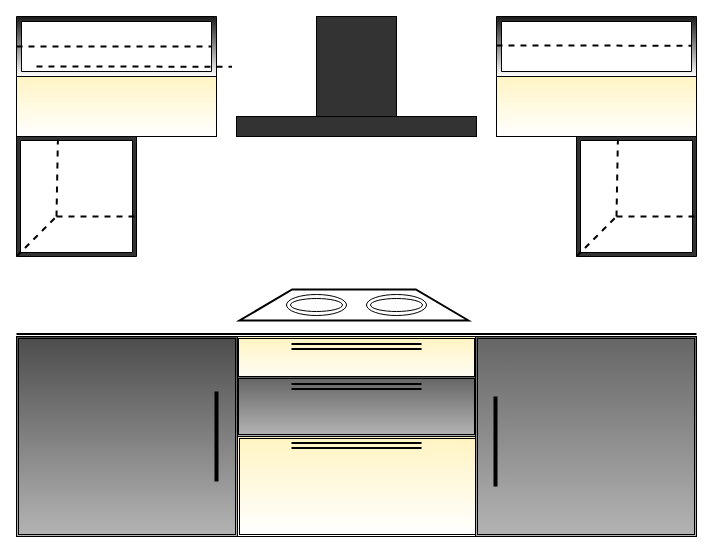
Above: Kitchen1.drawio in ritam-mukherjee-it/sonestaa-interor-design (draw.io), before the change. Source tidied: cells renumbered, new cells numbered last; positions are measured from the earlier drawing's top-left corner, leaving out a move shared by most shapes. Both pictures are drawn from the tidied source at 100%, with x=0, y=0 at pixel (16, 16).
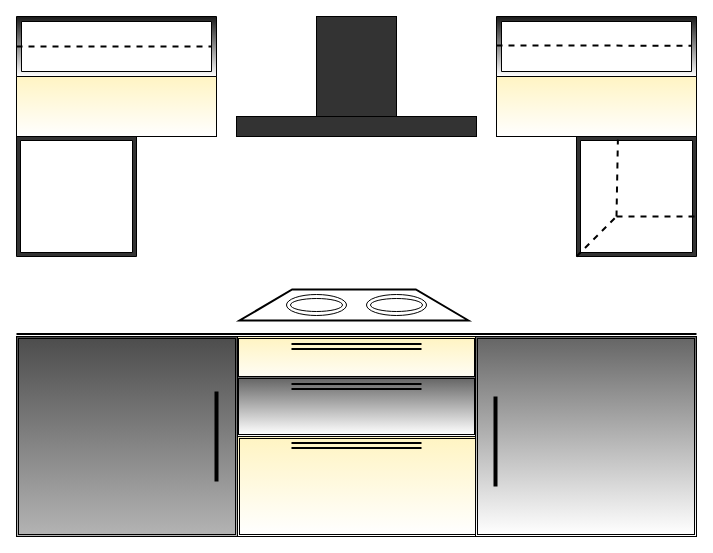
After the change.

Unchanged cells that the change refers to:
```xml
<mxCell id="8" style="verticalLabelPosition=bottom;verticalAlign=top;html=1;shape=mxgraph.basic.frame;dx=4;fillColor=#333333;gradientColor=none;" parent="1" vertex="1">
  <mxGeometry y="120" width="120" height="120" as="geometry" />
</mxCell>
```

What changed in the source:
```diff
@@
-    <mxCell id="14" style="endArrow=none;dashed=1;html=1;strokeWidth=2;entryX=1;entryY=0.5;entryDx=-5;entryDy=0;entryPerimeter=0;" parent="1" edge="1">
-      <mxGeometry relative="1" as="geometry">
-        <mxPoint x="20" y="50" as="sourcePoint" />
-        <mxPoint x="215.5" y="50.2" as="targetPoint" />
-      </mxGeometry>
-    </mxCell>
-    <mxCell id="15" style="shape=ext;double=1;rounded=0;whiteSpace=wrap;html=1;fillColor=#666666;gradientColor=#B3B3B3;" parent="1" vertex="1">
+    <mxCell id="15" style="shape=ext;double=1;rounded=0;whiteSpace=wrap;html=1;fillColor=#666666;gradientColor=#ffffff;" parent="1" vertex="1">
       <mxGeometry x="220" y="360" width="240" height="60" as="geometry" />
     </mxCell>
@@
-    <mxCell id="17" style="shape=ext;double=1;rounded=0;whiteSpace=wrap;html=1;fillColor=#666666;gradientColor=#B3B3B3;" parent="1" vertex="1">
+    <mxCell id="17" style="shape=ext;double=1;rounded=0;whiteSpace=wrap;html=1;fillColor=#666666;gradientColor=#ffffff;" parent="1" vertex="1">
       <mxGeometry x="459" y="320" width="221" height="200" as="geometry" />
     </mxCell>
@@
-    <mxCell id="21" style="endArrow=none;dashed=1;html=1;strokeWidth=2;" parent="1" edge="1">
-      <mxGeometry relative="1" as="geometry">
-        <mxPoint y="240" as="sourcePoint" />
-        <mxPoint x="40" y="200" as="targetPoint" />
-      </mxGeometry>
-    </mxCell>
-    <mxCell id="22" style="endArrow=none;dashed=1;html=1;strokeWidth=2;entryX=0.345;entryY=0.026;entryDx=0;entryDy=0;entryPerimeter=0;" parent="1" edge="1" target="8">
-      <mxGeometry relative="1" as="geometry">
-        <mxPoint x="40" y="200" as="sourcePoint" />
-      </mxGeometry>
-    </mxCell>
-    <mxCell id="23" style="endArrow=none;dashed=1;html=1;strokeWidth=2;" parent="1" edge="1">
-      <mxGeometry relative="1" as="geometry">
-        <mxPoint x="40" y="200" as="sourcePoint" />
-        <mxPoint x="120" y="200" as="targetPoint" />
-      </mxGeometry>
-    </mxCell>
```
